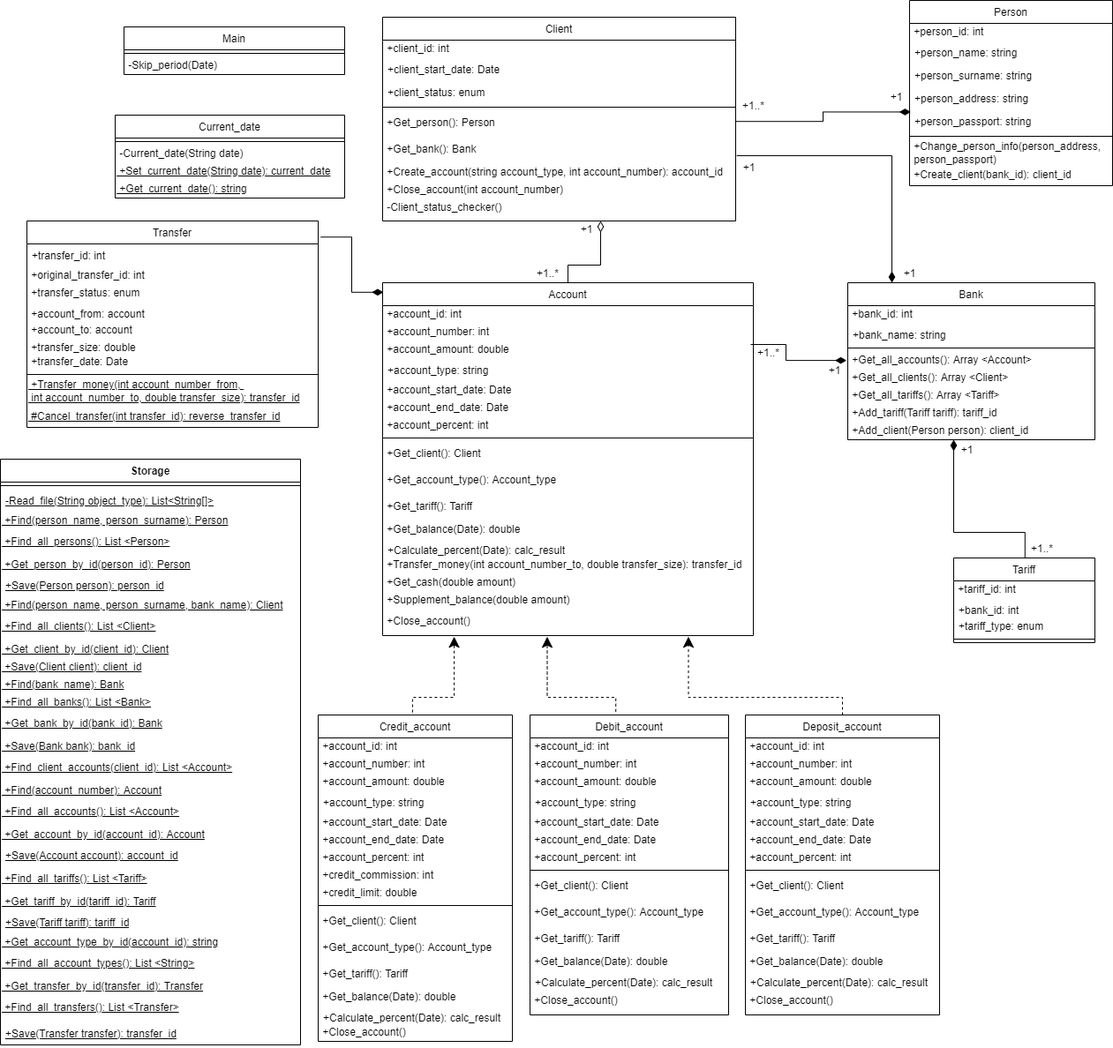
This is Banking diagram.png from Tanitum/Banking-system, a draw.io export, as it was before one commit. Source tidied: cells renumbered, new cells last; positions are measured from the earlier drawing's top-left corner, leaving out a move shared by most shapes.
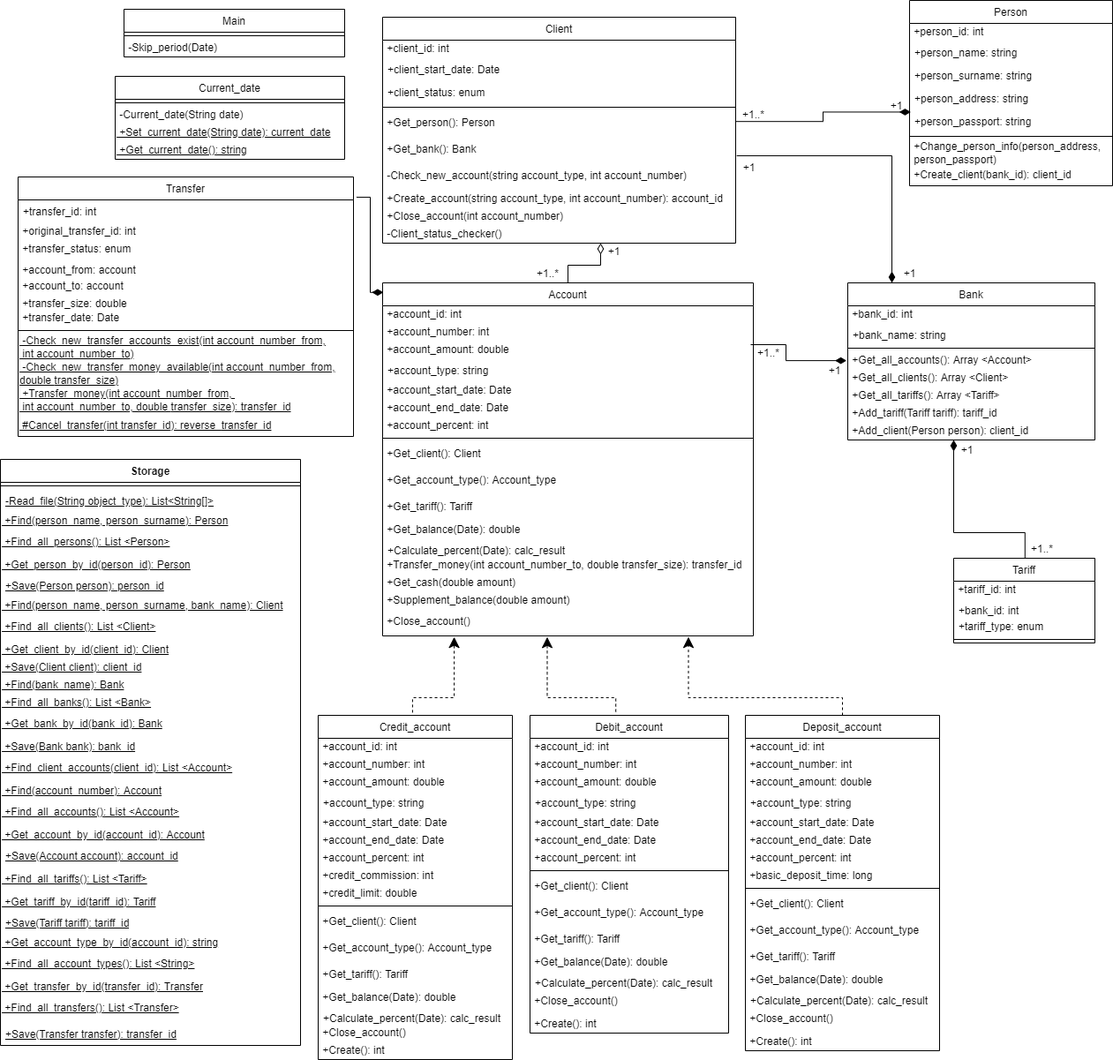
After the change.

The edit, as a diff of the source:
```diff
@@ -5,3 +5,3 @@
     <mxCell id="2" value="Client" style="swimlane;fontStyle=0;align=center;verticalAlign=top;horizontal=1;startSize=26;rounded=0;shadow=0;strokeWidth=1;" parent="1" vertex="1">
-      <mxGeometry x="433" y="19" width="400" height="231" as="geometry" />
+      <mxGeometry x="433" y="19" width="400" height="256" as="geometry" />
     </mxCell>
@@ -25,10 +25,13 @@
     </mxCell>
+    <mxCell id="166" value="&lt;span style=&quot;color: rgb(0 , 0 , 0) ; font-family: &amp;#34;helvetica&amp;#34; ; font-size: 12px ; font-style: normal ; font-weight: 400 ; letter-spacing: normal ; text-align: left ; text-indent: 0px ; text-transform: none ; word-spacing: 0px ; display: inline ; float: none&quot;&gt;&amp;nbsp;-Check_new_account(&lt;span style=&quot;font-family: &amp;#34;helvetica&amp;#34;&quot;&gt;string account_type, int account_number&lt;/span&gt;)&lt;/span&gt;" style="text;whiteSpace=wrap;html=1;" parent="2" vertex="1">
+      <mxGeometry y="166" width="400" height="30" as="geometry" />
+    </mxCell>
     <mxCell id="9" value="&lt;span&gt;&amp;nbsp;+Create_account(string account_type, int account_number): account_id&lt;/span&gt;" style="text;html=1;align=left;verticalAlign=middle;strokeColor=none;fillColor=none;" parent="2" vertex="1">
-      <mxGeometry y="166" width="400" height="20" as="geometry" />
+      <mxGeometry y="196" width="400" height="20" as="geometry" />
     </mxCell>
     <mxCell id="10" value="&amp;nbsp;+Close_account(int&lt;span&gt;&amp;nbsp;account_number&lt;/span&gt;)" style="text;html=1;align=left;verticalAlign=middle;strokeColor=none;fillColor=none;" parent="2" vertex="1">
-      <mxGeometry y="186" width="400" height="20" as="geometry" />
+      <mxGeometry y="216" width="400" height="20" as="geometry" />
     </mxCell>
     <mxCell id="11" value="&amp;nbsp;-Client_status_checker()" style="text;html=1;align=left;verticalAlign=middle;strokeColor=none;fillColor=none;" parent="2" vertex="1">
-      <mxGeometry y="206" width="400" height="20" as="geometry" />
+      <mxGeometry y="236" width="400" height="20" as="geometry" />
     </mxCell>
@@ -125,3 +128,3 @@
     <mxCell id="40" value="+1" style="text;html=1;align=center;verticalAlign=middle;strokeColor=none;fillColor=none;" parent="1" vertex="1">
-      <mxGeometry x="648.5" y="250" width="30" height="20" as="geometry" />
+      <mxGeometry x="680" y="275" width="30" height="20" as="geometry" />
     </mxCell>
@@ -198,3 +201,3 @@
     <mxCell id="58" value="+1" style="text;html=1;align=center;verticalAlign=middle;strokeColor=none;fillColor=none;" parent="1" vertex="1">
-      <mxGeometry x="1000" y="100" width="30" height="20" as="geometry" />
+      <mxGeometry x="1000" y="110" width="30" height="20" as="geometry" />
     </mxCell>
@@ -216,3 +219,3 @@
     <mxCell id="64" value="Main" style="swimlane;fontStyle=0;align=center;verticalAlign=top;horizontal=1;startSize=26;" parent="1" vertex="1">
-      <mxGeometry x="140" y="30" width="250" height="54" as="geometry" />
+      <mxGeometry x="140" y="10" width="250" height="54" as="geometry" />
     </mxCell>
@@ -231,3 +234,3 @@
     <mxCell id="69" value="Debit_account" style="swimlane;fontStyle=0;align=center;verticalAlign=top;horizontal=1;startSize=26;" parent="1" vertex="1">
-      <mxGeometry x="600" y="810" width="225" height="340" as="geometry" />
+      <mxGeometry x="600" y="810" width="225" height="360" as="geometry" />
     </mxCell>
@@ -275,4 +278,7 @@
     </mxCell>
+    <mxCell id="167" value="&amp;nbsp;+Create(): int" style="text;html=1;align=left;verticalAlign=middle;strokeColor=none;fillColor=none;" parent="69" vertex="1">
+      <mxGeometry y="340" width="225" height="20" as="geometry" />
+    </mxCell>
     <mxCell id="84" value="Deposit_account" style="swimlane;fontStyle=0;align=center;verticalAlign=top;horizontal=1;startSize=26;" parent="1" vertex="1">
-      <mxGeometry x="844" y="810" width="220" height="340" as="geometry" />
+      <mxGeometry x="844" y="810" width="220" height="380" as="geometry" />
     </mxCell>
@@ -299,25 +305,31 @@
     </mxCell>
+    <mxCell id="168" value="&lt;span&gt;&amp;nbsp;+basic_deposit_time: long&lt;/span&gt;" style="text;html=1;align=left;verticalAlign=middle;strokeColor=none;fillColor=none;" parent="84" vertex="1">
+      <mxGeometry y="172" width="220" height="20" as="geometry" />
+    </mxCell>
     <mxCell id="92" style="line;strokeWidth=1;fillColor=none;align=left;verticalAlign=middle;spacingTop=-1;spacingLeft=3;spacingRight=3;labelPosition=right;" parent="84" vertex="1">
-      <mxGeometry y="172" width="220" height="8" as="geometry" />
+      <mxGeometry y="192" width="220" height="8" as="geometry" />
     </mxCell>
     <mxCell id="93" value="&lt;span style=&quot;color: rgb(0 , 0 , 0) ; font-family: &amp;#34;helvetica&amp;#34; ; font-size: 12px ; font-style: normal ; font-weight: 400 ; letter-spacing: normal ; text-align: left ; text-indent: 0px ; text-transform: none ; word-spacing: 0px ; display: inline ; float: none&quot;&gt;&amp;nbsp;+Get_client(): C&lt;/span&gt;&lt;span style=&quot;font-family: &amp;#34;helvetica&amp;#34;&quot;&gt;lient&lt;/span&gt;" style="text;whiteSpace=wrap;html=1;" parent="84" vertex="1">
-      <mxGeometry y="180" width="220" height="30" as="geometry" />
+      <mxGeometry y="200" width="220" height="30" as="geometry" />
     </mxCell>
     <mxCell id="94" value="&lt;span style=&quot;color: rgb(0 , 0 , 0) ; font-family: &amp;#34;helvetica&amp;#34; ; font-size: 12px ; font-style: normal ; font-weight: 400 ; letter-spacing: normal ; text-align: left ; text-indent: 0px ; text-transform: none ; word-spacing: 0px ; display: inline ; float: none&quot;&gt;&amp;nbsp;+Get_account_type(): Account_type&lt;/span&gt;" style="text;whiteSpace=wrap;html=1;" parent="84" vertex="1">
-      <mxGeometry y="210" width="220" height="30" as="geometry" />
+      <mxGeometry y="230" width="220" height="30" as="geometry" />
     </mxCell>
     <mxCell id="95" value="&lt;span style=&quot;color: rgb(0 , 0 , 0) ; font-family: &amp;#34;helvetica&amp;#34; ; font-size: 12px ; font-style: normal ; font-weight: 400 ; letter-spacing: normal ; text-align: left ; text-indent: 0px ; text-transform: none ; word-spacing: 0px ; display: inline ; float: none&quot;&gt;&amp;nbsp;+Get_tariff(): Tariff&lt;/span&gt;" style="text;whiteSpace=wrap;html=1;" parent="84" vertex="1">
-      <mxGeometry y="240" width="220" height="30" as="geometry" />
+      <mxGeometry y="260" width="220" height="30" as="geometry" />
     </mxCell>
     <mxCell id="96" value="&amp;nbsp;+Get_balance(Date): double" style="text;html=1;align=left;verticalAlign=middle;strokeColor=none;fillColor=none;" parent="84" vertex="1">
-      <mxGeometry y="270" width="220" height="20" as="geometry" />
+      <mxGeometry y="290" width="220" height="20" as="geometry" />
     </mxCell>
     <mxCell id="97" value="+Calculate_percent(Date): calc_result" style="text;strokeColor=none;fillColor=none;align=left;verticalAlign=top;spacingLeft=4;spacingRight=4;overflow=hidden;" parent="84" vertex="1">
-      <mxGeometry y="290" width="220" height="20" as="geometry" />
+      <mxGeometry y="310" width="220" height="20" as="geometry" />
     </mxCell>
     <mxCell id="98" value="&lt;span style=&quot;color: rgb(0 , 0 , 0) ; font-family: &amp;#34;helvetica&amp;#34; ; font-size: 12px ; font-style: normal ; font-weight: 400 ; letter-spacing: normal ; text-align: left ; text-indent: 0px ; text-transform: none ; word-spacing: 0px&quot;&gt;&amp;nbsp;+Close_account(&lt;/span&gt;&lt;span style=&quot;color: rgb(0 , 0 , 0) ; font-family: &amp;#34;helvetica&amp;#34; ; font-size: 12px ; font-style: normal ; font-weight: 400 ; letter-spacing: normal ; text-align: left ; text-indent: 0px ; text-transform: none ; word-spacing: 0px&quot;&gt;)&lt;/span&gt;" style="text;whiteSpace=wrap;html=1;" parent="84" vertex="1">
-      <mxGeometry y="310" width="220" height="30" as="geometry" />
+      <mxGeometry y="330" width="220" height="30" as="geometry" />
     </mxCell>
+    <mxCell id="169" value="&amp;nbsp;+Create(): int" style="text;html=1;align=left;verticalAlign=middle;strokeColor=none;fillColor=none;" parent="84" vertex="1">
+      <mxGeometry y="360" width="220" height="20" as="geometry" />
+    </mxCell>
     <mxCell id="99" value="Credit_account" style="swimlane;fontStyle=0;align=center;verticalAlign=top;horizontal=1;startSize=26;" parent="1" vertex="1">
-      <mxGeometry x="360" y="810" width="220" height="370" as="geometry" />
+      <mxGeometry x="360" y="810" width="220" height="390" as="geometry" />
     </mxCell>
@@ -368,5 +380,8 @@
     </mxCell>
-    <mxCell id="115" value="&lt;span style=&quot;&quot;&gt;&amp;nbsp;+Close_account(&lt;/span&gt;&lt;span style=&quot;&quot;&gt;)&lt;/span&gt;" style="text;html=1;align=left;verticalAlign=middle;strokeColor=none;fillColor=none;" parent="99" vertex="1">
+    <mxCell id="115" value="&lt;span&gt;&amp;nbsp;+Close_account(&lt;/span&gt;&lt;span&gt;)&lt;br&gt;&lt;/span&gt;" style="text;html=1;align=left;verticalAlign=middle;strokeColor=none;fillColor=none;" parent="99" vertex="1">
       <mxGeometry y="350" width="220" height="20" as="geometry" />
     </mxCell>
+    <mxCell id="170" value="&amp;nbsp;+Create(): int" style="text;html=1;align=left;verticalAlign=middle;strokeColor=none;fillColor=none;" parent="99" vertex="1">
+      <mxGeometry y="370" width="220" height="20" as="geometry" />
+    </mxCell>
     <mxCell id="116" style="edgeStyle=elbowEdgeStyle;elbow=vertical;endArrow=diamondThin;html=1;rounded=0;endSize=10;jumpSize=10;exitX=0.505;exitY=-0.003;exitDx=0;exitDy=0;exitPerimeter=0;endFill=1;" parent="1" edge="1" source="59" target="50">
@@ -412,36 +427,42 @@
     <mxCell id="120" value="+1..*" style="text;html=1;align=center;verticalAlign=middle;strokeColor=none;fillColor=none;" parent="1" vertex="1">
-      <mxGeometry x="833" y="110" width="40" height="20" as="geometry" />
+      <mxGeometry x="833" y="120" width="40" height="20" as="geometry" />
     </mxCell>
     <mxCell id="121" value="Transfer" style="swimlane;fontStyle=0;align=center;verticalAlign=top;horizontal=1;startSize=26;" parent="1" vertex="1">
-      <mxGeometry x="30" y="250" width="330" height="234" as="geometry" />
+      <mxGeometry x="20" y="200" width="380" height="294" as="geometry" />
     </mxCell>
     <mxCell id="122" value="+transfer_id: int" style="text;strokeColor=none;fillColor=none;align=left;verticalAlign=top;spacingLeft=4;spacingRight=4;overflow=hidden;" parent="121" vertex="1">
-      <mxGeometry y="26" width="330" height="26" as="geometry" />
+      <mxGeometry y="26" width="380" height="26" as="geometry" />
     </mxCell>
     <mxCell id="123" value="&amp;nbsp;+original_transfer_id: int" style="text;html=1;align=left;verticalAlign=middle;strokeColor=none;fillColor=none;" parent="121" vertex="1">
-      <mxGeometry y="52" width="330" height="20" as="geometry" />
+      <mxGeometry y="52" width="380" height="20" as="geometry" />
     </mxCell>
     <mxCell id="124" value="&lt;span style=&quot;font-family: &amp;#34;helvetica&amp;#34;&quot;&gt;&amp;nbsp;+transfer_status: enum&lt;/span&gt;" style="text;html=1;align=left;verticalAlign=middle;strokeColor=none;fillColor=none;" parent="121" vertex="1">
-      <mxGeometry y="72" width="330" height="20" as="geometry" />
+      <mxGeometry y="72" width="380" height="20" as="geometry" />
     </mxCell>
     <mxCell id="125" value="&lt;span style=&quot;color: rgb(0 , 0 , 0) ; font-family: &amp;#34;helvetica&amp;#34; ; font-size: 12px ; font-style: normal ; font-weight: 400 ; letter-spacing: normal ; text-align: left ; text-indent: 0px ; text-transform: none ; word-spacing: 0px ; display: inline ; float: none&quot;&gt;&amp;nbsp;+&lt;span style=&quot;font-family: &amp;#34;helvetica&amp;#34;&quot;&gt;account_from&lt;/span&gt;: account&lt;/span&gt;" style="text;whiteSpace=wrap;html=1;" parent="121" vertex="1">
-      <mxGeometry y="92" width="330" height="18" as="geometry" />
+      <mxGeometry y="92" width="380" height="18" as="geometry" />
     </mxCell>
     <mxCell id="126" value="&lt;span style=&quot;color: rgb(0 , 0 , 0) ; font-family: &amp;#34;helvetica&amp;#34; ; font-size: 12px ; font-style: normal ; font-weight: 400 ; letter-spacing: normal ; text-align: left ; text-indent: 0px ; text-transform: none ; word-spacing: 0px&quot;&gt;&amp;nbsp;+&lt;/span&gt;&lt;span&gt;account_to&lt;/span&gt;&lt;span style=&quot;color: rgb(0 , 0 , 0) ; font-family: &amp;#34;helvetica&amp;#34; ; font-size: 12px ; font-style: normal ; font-weight: 400 ; letter-spacing: normal ; text-align: left ; text-indent: 0px ; text-transform: none ; word-spacing: 0px&quot;&gt;: account&lt;/span&gt;" style="text;whiteSpace=wrap;html=1;" parent="121" vertex="1">
-      <mxGeometry y="110" width="330" height="20" as="geometry" />
+      <mxGeometry y="110" width="380" height="20" as="geometry" />
     </mxCell>
     <mxCell id="127" value="&lt;span style=&quot;color: rgb(0 , 0 , 0) ; font-family: &amp;#34;helvetica&amp;#34; ; font-size: 12px ; font-style: normal ; font-weight: 400 ; letter-spacing: normal ; text-align: left ; text-indent: 0px ; text-transform: none ; word-spacing: 0px ; display: inline ; float: none&quot;&gt;&amp;nbsp;+transfer_size:&amp;nbsp;&lt;/span&gt;&lt;span&gt;double&lt;/span&gt;" style="text;whiteSpace=wrap;html=1;" parent="121" vertex="1">
-      <mxGeometry y="130" width="330" height="20" as="geometry" />
+      <mxGeometry y="130" width="380" height="20" as="geometry" />
     </mxCell>
     <mxCell id="128" value="&lt;span&gt;&amp;nbsp;+transfer_date: Date&lt;/span&gt;" style="text;html=1;align=left;verticalAlign=middle;strokeColor=none;fillColor=none;" parent="121" vertex="1">
-      <mxGeometry y="150" width="330" height="20" as="geometry" />
+      <mxGeometry y="150" width="380" height="20" as="geometry" />
     </mxCell>
     <mxCell id="129" style="line;strokeWidth=1;fillColor=none;align=left;verticalAlign=middle;spacingTop=-1;spacingLeft=3;spacingRight=3;labelPosition=right;" parent="121" vertex="1">
-      <mxGeometry y="170" width="330" height="8" as="geometry" />
+      <mxGeometry y="170" width="380" height="8" as="geometry" />
     </mxCell>
+    <mxCell id="171" value="&amp;nbsp;-Check_new_transfer_accounts_exist&lt;span&gt;(int&amp;nbsp;account_number_from,&lt;/span&gt;&lt;br&gt;&lt;span&gt;&amp;nbsp;int&amp;nbsp;account_number_to&lt;/span&gt;&lt;span&gt;)&lt;/span&gt;" style="text;html=1;align=left;verticalAlign=middle;strokeColor=none;fillColor=none;fontStyle=4;" parent="121" vertex="1">
+      <mxGeometry y="178" width="380" height="30" as="geometry" />
+    </mxCell>
+    <mxCell id="172" value="&amp;nbsp;-Check_new_transfer_money_available&lt;span&gt;(int&amp;nbsp;account_number_from,&lt;/span&gt;&lt;span&gt;&lt;br&gt;&lt;/span&gt;double&amp;nbsp;&lt;span style=&quot;font-family: &amp;#34;helvetica&amp;#34;&quot;&gt;transfer_size&lt;/span&gt;&lt;span&gt;)&lt;/span&gt;" style="text;html=1;align=left;verticalAlign=middle;strokeColor=none;fillColor=none;fontStyle=4;" parent="121" vertex="1">
+      <mxGeometry y="208" width="380" height="30" as="geometry" />
+    </mxCell>
     <mxCell id="130" value="&amp;nbsp;+Transfer_money(int&amp;nbsp;account_number_from, &lt;br&gt;&amp;nbsp;int&amp;nbsp;account_number_to, double&amp;nbsp;&lt;span style=&quot;font-family: &amp;quot;helvetica&amp;quot;&quot;&gt;transfer_size&lt;/span&gt;): transfer_id" style="text;html=1;align=left;verticalAlign=middle;strokeColor=none;fillColor=none;fontStyle=4;" parent="121" vertex="1">
-      <mxGeometry y="178" width="330" height="30" as="geometry" />
+      <mxGeometry y="238" width="380" height="30" as="geometry" />
     </mxCell>
     <mxCell id="131" value="&lt;span style=&quot;color: rgb(0 , 0 , 0) ; font-family: &amp;#34;helvetica&amp;#34; ; font-size: 12px ; font-style: normal ; font-weight: 400 ; letter-spacing: normal ; text-align: left ; text-indent: 0px ; text-transform: none ; word-spacing: 0px ; display: inline ; float: none&quot;&gt;&amp;nbsp;#Cancel_transfer(int transfer_id&lt;/span&gt;&lt;span style=&quot;font-size: 12px ; font-style: normal ; font-weight: 400 ; letter-spacing: normal ; text-align: left ; text-indent: 0px ; text-transform: none ; word-spacing: 0px ; display: inline ; float: none&quot;&gt;&lt;span style=&quot;color: rgb(0 , 0 , 0) ; font-family: &amp;#34;helvetica&amp;#34;&quot;&gt;): reverse_&lt;/span&gt;&lt;span style=&quot;color: rgb(0 , 0 , 0) ; font-family: &amp;#34;helvetica&amp;#34;&quot;&gt;transfer_id&lt;/span&gt;&lt;br&gt;&lt;/span&gt;" style="text;whiteSpace=wrap;html=1;fontStyle=4;" parent="121" vertex="1">
-      <mxGeometry y="208" width="330" height="26" as="geometry" />
+      <mxGeometry y="268" width="380" height="26" as="geometry" />
     </mxCell>
@@ -535,3 +556,3 @@
     <mxCell id="161" value="Current_date" style="swimlane;fontStyle=0;align=center;verticalAlign=top;horizontal=1;startSize=26;" parent="1" vertex="1">
-      <mxGeometry x="130" y="130" width="260" height="94" as="geometry" />
+      <mxGeometry x="130" y="86" width="260" height="94" as="geometry" />
     </mxCell>
```
